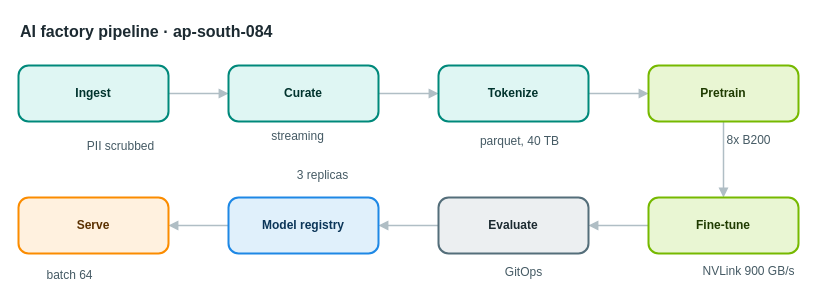
Earlier version of the draw.io diagram apps/web/public/samples/library/084-ai-factory-pipeline.drawio (AryanG01/open-apprentice). Source tidied: cells renumbered, new cells numbered last; positions are measured from the earlier drawing's top-left corner, leaving out a move shared by most shapes. Both pictures are drawn from the tidied source at 100%, with x=0, y=0 at pixel (18, 17).
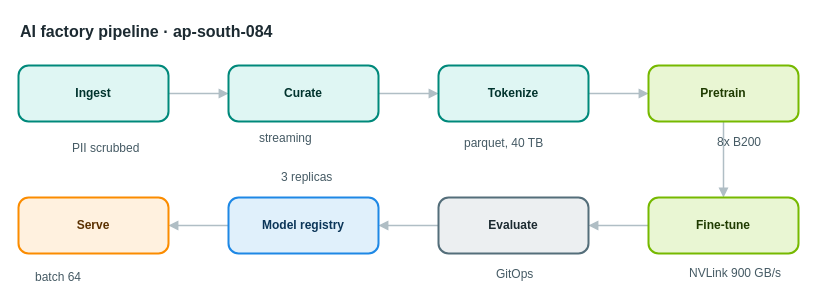
After the change.

What changed in the source:
```diff
@@
-    <mxCell id="18" value="PII scrubbed" style="text;html=1;align=center;verticalAlign=middle;whiteSpace=nowrap;strokeColor=none;fillColor=none;fontSize=12;fontColor=#455a64;" parent="1" vertex="1">
+    <mxCell id="18" value="PII scrubbed" style="text;html=1;align=left;verticalAlign=top;whiteSpace=nowrap;spacing=0;spacingTop=0;strokeColor=none;fillColor=none;fontSize=12;fontColor=#455a64;" parent="1" vertex="1">
       <mxGeometry x="54" y="119" width="96" height="20" as="geometry" />
     </mxCell>
-    <mxCell id="19" value="streaming" style="text;html=1;align=center;verticalAlign=middle;whiteSpace=nowrap;strokeColor=none;fillColor=none;fontSize=12;fontColor=#455a64;" parent="1" vertex="1">
+    <mxCell id="19" value="streaming" style="text;html=1;align=left;verticalAlign=top;whiteSpace=nowrap;spacing=0;spacingTop=0;strokeColor=none;fillColor=none;fontSize=12;fontColor=#455a64;" parent="1" vertex="1">
       <mxGeometry x="241" y="109" width="75" height="20" as="geometry" />
     </mxCell>
-    <mxCell id="20" value="parquet, 40 TB" style="text;html=1;align=center;verticalAlign=middle;whiteSpace=nowrap;strokeColor=none;fillColor=none;fontSize=12;fontColor=#455a64;" parent="1" vertex="1">
+    <mxCell id="20" value="parquet, 40 TB" style="text;html=1;align=left;verticalAlign=top;whiteSpace=nowrap;spacing=0;spacingTop=0;strokeColor=none;fillColor=none;fontSize=12;fontColor=#455a64;" parent="1" vertex="1">
       <mxGeometry x="446" y="114" width="110" height="20" as="geometry" />
     </mxCell>
-    <mxCell id="21" value="8x B200" style="text;html=1;align=center;verticalAlign=middle;whiteSpace=nowrap;strokeColor=none;fillColor=none;fontSize=12;fontColor=#455a64;" parent="1" vertex="1">
+    <mxCell id="21" value="8x B200" style="text;html=1;align=left;verticalAlign=top;whiteSpace=nowrap;spacing=0;spacingTop=0;strokeColor=none;fillColor=none;fontSize=12;fontColor=#455a64;" parent="1" vertex="1">
       <mxGeometry x="699" y="113" width="61" height="20" as="geometry" />
     </mxCell>
-    <mxCell id="22" value="NVLink 900 GB/s" style="text;html=1;align=center;verticalAlign=middle;whiteSpace=nowrap;strokeColor=none;fillColor=none;fontSize=12;fontColor=#455a64;" parent="1" vertex="1">
+    <mxCell id="22" value="NVLink 900 GB/s" style="text;html=1;align=left;verticalAlign=top;whiteSpace=nowrap;spacing=0;spacingTop=0;strokeColor=none;fillColor=none;fontSize=12;fontColor=#455a64;" parent="1" vertex="1">
       <mxGeometry x="671" y="244" width="117" height="20" as="geometry" />
     </mxCell>
-    <mxCell id="23" value="GitOps" style="text;html=1;align=center;verticalAlign=middle;whiteSpace=nowrap;strokeColor=none;fillColor=none;fontSize=12;fontColor=#455a64;" parent="1" vertex="1">
+    <mxCell id="23" value="GitOps" style="text;html=1;align=left;verticalAlign=top;whiteSpace=nowrap;spacing=0;spacingTop=0;strokeColor=none;fillColor=none;fontSize=12;fontColor=#455a64;" parent="1" vertex="1">
       <mxGeometry x="478" y="245" width="54" height="20" as="geometry" />
     </mxCell>
-    <mxCell id="24" value="3 replicas" style="text;html=1;align=center;verticalAlign=middle;whiteSpace=nowrap;strokeColor=none;fillColor=none;fontSize=12;fontColor=#455a64;" parent="1" vertex="1">
+    <mxCell id="24" value="3 replicas" style="text;html=1;align=left;verticalAlign=top;whiteSpace=nowrap;spacing=0;spacingTop=0;strokeColor=none;fillColor=none;fontSize=12;fontColor=#455a64;" parent="1" vertex="1">
       <mxGeometry x="263" y="148" width="82" height="20" as="geometry" />
     </mxCell>
-    <mxCell id="25" value="batch 64" style="text;html=1;align=center;verticalAlign=middle;whiteSpace=nowrap;strokeColor=none;fillColor=none;fontSize=12;fontColor=#455a64;" parent="1" vertex="1">
+    <mxCell id="25" value="batch 64" style="text;html=1;align=left;verticalAlign=top;whiteSpace=nowrap;spacing=0;spacingTop=0;strokeColor=none;fillColor=none;fontSize=12;fontColor=#455a64;" parent="1" vertex="1">
       <mxGeometry x="17" y="248" width="68" height="20" as="geometry" />
     </mxCell>
```
